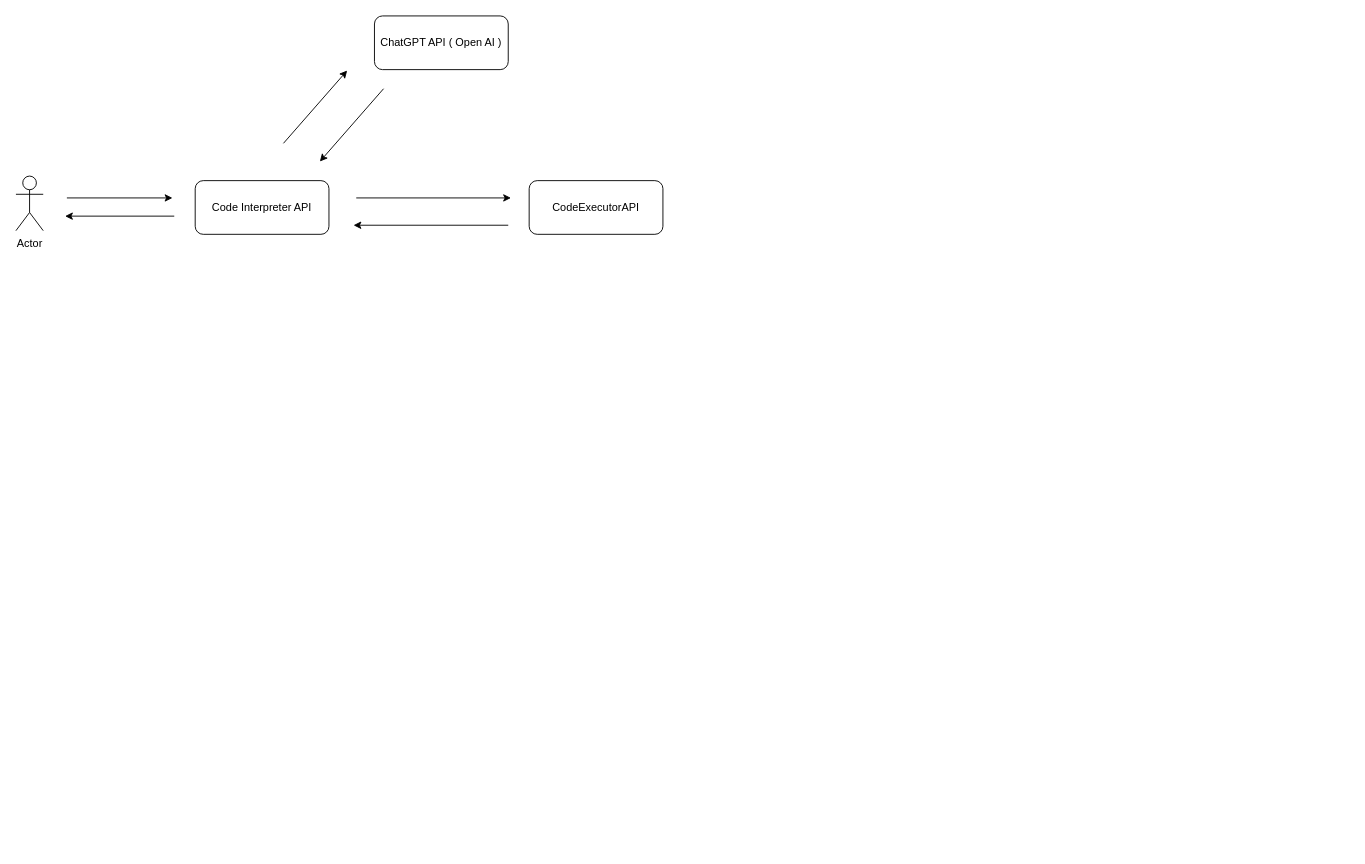
Earlier version of the draw.io diagram src/名称未設定ファイル.drawio (YadaYuki/news-rec-llm). Source tidied: cells renumbered, new cells numbered last; positions are measured from the earlier drawing's top-left corner, leaving out a move shared by most shapes. Both pictures are drawn from the tidied source at 91%, with x=0, y=0 at pixel (15, 15).
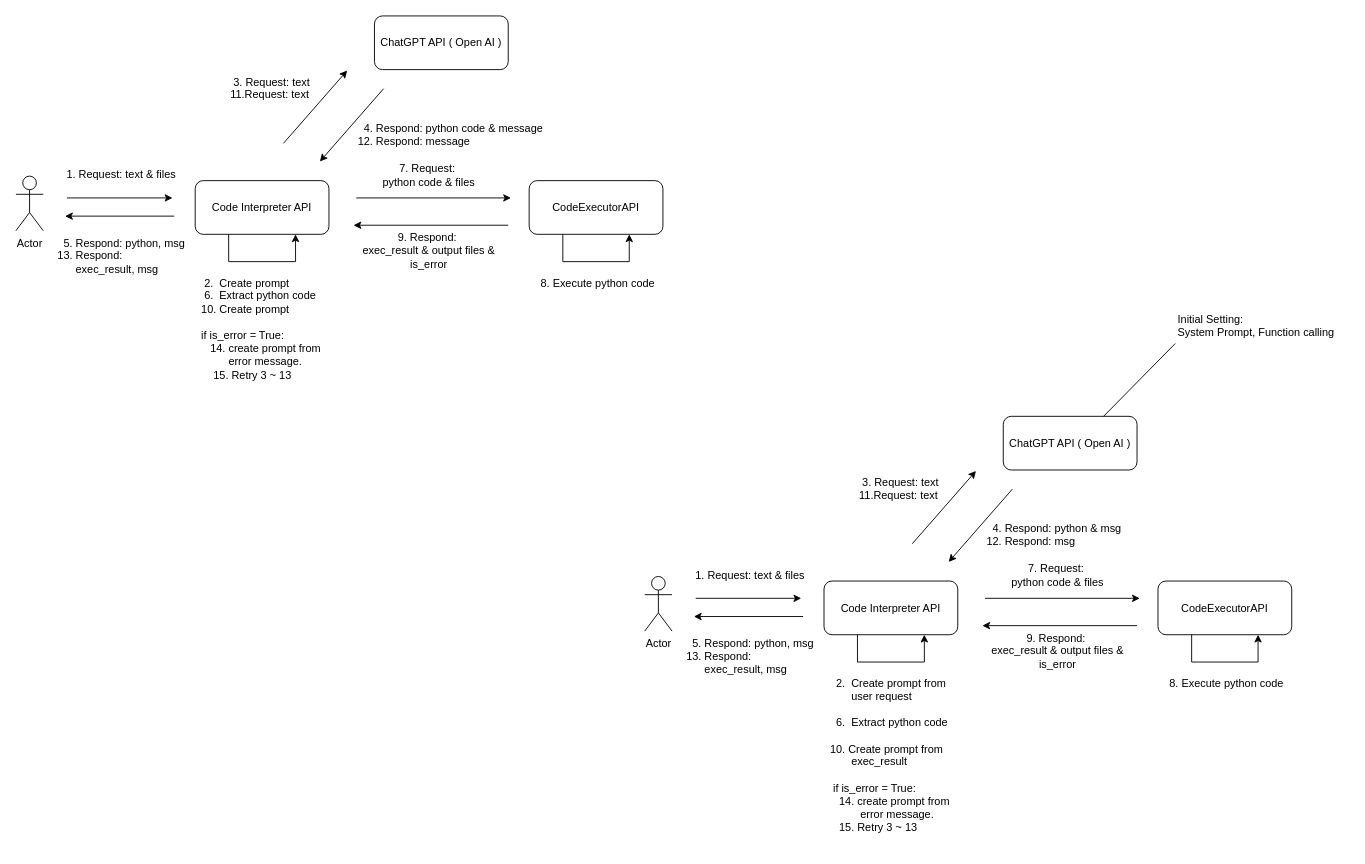
The same page after the edit.

Commit message (it also covers changes not shown here):
名称未設定ファイル.drawio を更新します

Change to the diagram source:
```diff
@@
-    <mxCell id="2" value="&lt;font color=&quot;#000000&quot;&gt;Code Interpreter API&lt;/font&gt;" style="rounded=1;whiteSpace=wrap;html=1;fillColor=none;strokeColor=#000000;" parent="1" vertex="1">
+    <mxCell id="2" value="&lt;font color=&quot;#000000&quot;&gt;Code Interpreter API&lt;/font&gt;" style="rounded=1;whiteSpace=wrap;html=1;fillColor=none;labelBackgroundColor=none;" parent="1" vertex="1">
       <mxGeometry x="197" y="181" width="147" height="59" as="geometry" />
     </mxCell>
-    <mxCell id="3" value="Actor" style="shape=umlActor;verticalLabelPosition=bottom;verticalAlign=top;html=1;strokeColor=#000000;" parent="1" vertex="1">
+    <mxCell id="3" value="Actor" style="shape=umlActor;verticalLabelPosition=bottom;verticalAlign=top;html=1;labelBackgroundColor=none;" parent="1" vertex="1">
       <mxGeometry y="176" width="30" height="60" as="geometry" />
     </mxCell>
-    <mxCell id="4" style="endArrow=classic;html=1;fontColor=#000000;strokeColor=#000;" parent="1" edge="1">
+    <mxCell id="4" style="endArrow=classic;html=1;fontColor=default;labelBackgroundColor=none;" parent="1" edge="1">
       <mxGeometry relative="1" as="geometry">
         <mxPoint x="56" y="200" as="sourcePoint" />
         <mxPoint x="172" y="200" as="targetPoint" />
       </mxGeometry>
     </mxCell>
-    <mxCell id="5" style="endArrow=classic;html=1;fontColor=#000000;strokeColor=#000;" parent="1" edge="1">
+    <mxCell id="5" style="endArrow=classic;html=1;fontColor=default;labelBackgroundColor=none;" parent="1" edge="1">
       <mxGeometry relative="1" as="geometry">
         <mxPoint x="174" y="220" as="sourcePoint" />
         <mxPoint x="54" y="220" as="targetPoint" />
       </mxGeometry>
     </mxCell>
-    <mxCell id="6" value="&lt;font color=&quot;#000000&quot;&gt;ChatGPT API ( Open AI )&lt;/font&gt;" style="rounded=1;whiteSpace=wrap;html=1;fillColor=none;strokeColor=#000000;" parent="1" vertex="1">
+    <mxCell id="6" value="&lt;font color=&quot;#000000&quot;&gt;ChatGPT API ( Open AI )&lt;/font&gt;" style="rounded=1;whiteSpace=wrap;html=1;fillColor=none;labelBackgroundColor=none;" parent="1" vertex="1">
       <mxGeometry x="394" width="147" height="59" as="geometry" />
     </mxCell>
-    <mxCell id="7" style="endArrow=classic;html=1;fontColor=#000000;strokeColor=#000;" parent="1" edge="1">
+    <mxCell id="7" style="endArrow=classic;html=1;fontColor=default;labelBackgroundColor=none;" parent="1" edge="1">
       <mxGeometry relative="1" as="geometry">
         <mxPoint x="294" y="140" as="sourcePoint" />
         <mxPoint x="364" y="60" as="targetPoint" />
       </mxGeometry>
     </mxCell>
-    <mxCell id="8" value="&lt;font color=&quot;#000000&quot;&gt;CodeExecutorAPI&lt;/font&gt;" style="rounded=1;whiteSpace=wrap;html=1;fillColor=none;strokeColor=#000000;" parent="1" vertex="1">
+    <mxCell id="8" value="&lt;font color=&quot;#000000&quot;&gt;CodeExecutorAPI&lt;/font&gt;" style="rounded=1;whiteSpace=wrap;html=1;fillColor=none;labelBackgroundColor=none;" parent="1" vertex="1">
       <mxGeometry x="564" y="181" width="147" height="59" as="geometry" />
     </mxCell>
-    <mxCell id="9" style="endArrow=classic;html=1;fontColor=#000000;strokeColor=#000;" parent="1" edge="1">
+    <mxCell id="9" style="endArrow=classic;html=1;fontColor=default;labelBackgroundColor=none;" parent="1" edge="1">
       <mxGeometry relative="1" as="geometry">
         <mxPoint x="404" y="80" as="sourcePoint" />
         <mxPoint x="334" y="160" as="targetPoint" />
       </mxGeometry>
     </mxCell>
-    <mxCell id="10" style="endArrow=classic;html=1;fontColor=#000000;strokeColor=#000;" parent="1" edge="1">
+    <mxCell id="10" style="endArrow=classic;html=1;fontColor=default;labelBackgroundColor=none;" parent="1" edge="1">
       <mxGeometry relative="1" as="geometry">
         <mxPoint x="374" y="200" as="sourcePoint" />
         <mxPoint x="544" y="200" as="targetPoint" />
       </mxGeometry>
     </mxCell>
-    <mxCell id="11" style="endArrow=classic;html=1;fontColor=#000000;strokeColor=#000;" parent="1" edge="1">
+    <mxCell id="11" style="endArrow=classic;html=1;fontColor=default;labelBackgroundColor=none;" parent="1" edge="1">
       <mxGeometry relative="1" as="geometry">
         <mxPoint x="541" y="230" as="sourcePoint" />
         <mxPoint x="371" y="230" as="targetPoint" />
       </mxGeometry>
     </mxCell>
+    <mxCell id="12" value="1. Request: text &amp;amp; files" style="text;html=1;strokeColor=none;fillColor=none;align=left;verticalAlign=middle;whiteSpace=wrap;rounded=0;labelBackgroundColor=none;" parent="1" vertex="1">
+      <mxGeometry x="54" y="160" width="160" height="30" as="geometry" />
+    </mxCell>
+    <mxCell id="13" value="&amp;nbsp;2.&amp;nbsp; Create prompt&amp;nbsp;&lt;br&gt;&amp;nbsp;6.&amp;nbsp; Extract python code&lt;br&gt;10. Create prompt&lt;br&gt;&lt;br&gt;if is_error = True:&lt;br&gt;&amp;nbsp; &amp;nbsp;14. create prompt&amp;nbsp;from&amp;nbsp; &amp;nbsp; &amp;nbsp; &amp;nbsp; &amp;nbsp; &amp;nbsp; &amp;nbsp; &amp;nbsp;error message.&lt;br&gt;&amp;nbsp; &amp;nbsp; 15. Retry 3 ~ 13&lt;br&gt;&amp;nbsp; &amp;nbsp; &amp;nbsp;" style="text;html=1;strokeColor=none;fillColor=none;align=left;verticalAlign=top;whiteSpace=wrap;rounded=0;labelBackgroundColor=none;" parent="1" vertex="1">
+      <mxGeometry x="202" y="280" width="151.5" height="150" as="geometry" />
+    </mxCell>
+    <mxCell id="14" style="edgeStyle=orthogonalEdgeStyle;rounded=0;orthogonalLoop=1;jettySize=auto;html=1;exitX=0.25;exitY=1;exitDx=0;exitDy=0;entryX=0.75;entryY=1;entryDx=0;entryDy=0;" parent="1" edge="1" source="2" target="2">
+      <mxGeometry relative="1" as="geometry">
+        <Array as="points">
+          <mxPoint x="234" y="270" />
+          <mxPoint x="307" y="270" />
+        </Array>
+      </mxGeometry>
+    </mxCell>
+    <mxCell id="15" value="&amp;nbsp;3. Request: text&lt;br&gt;11.Request: text" style="text;html=1;strokeColor=none;fillColor=none;align=left;verticalAlign=top;whiteSpace=wrap;rounded=0;labelBackgroundColor=none;" parent="1" vertex="1">
+      <mxGeometry x="234" y="59" width="110" height="41" as="geometry" />
+    </mxCell>
+    <mxCell id="16" value="&amp;nbsp; 4. Respond: python code &amp;amp; message&lt;br&gt;12. Respond: message" style="text;html=1;strokeColor=none;fillColor=none;align=left;verticalAlign=top;whiteSpace=wrap;rounded=0;labelBackgroundColor=none;" parent="1" vertex="1">
+      <mxGeometry x="374" y="110" width="210" height="50" as="geometry" />
+    </mxCell>
+    <mxCell id="17" value="&amp;nbsp; 5. Respond: python, msg&lt;br&gt;13. Respond: &lt;br&gt;&amp;nbsp; &amp;nbsp; &amp;nbsp;&amp;nbsp;exec_result, msg" style="text;html=1;strokeColor=none;fillColor=none;align=left;verticalAlign=top;whiteSpace=wrap;rounded=0;labelBackgroundColor=none;" parent="1" vertex="1">
+      <mxGeometry x="44" y="236" width="170" height="44" as="geometry" />
+    </mxCell>
+    <mxCell id="18" value="7. Request:&amp;nbsp;&lt;br&gt;python code &amp;amp; files" style="text;html=1;strokeColor=none;fillColor=none;align=center;verticalAlign=middle;whiteSpace=wrap;rounded=0;labelBackgroundColor=none;" parent="1" vertex="1">
+      <mxGeometry x="374" y="165" width="160" height="20" as="geometry" />
+    </mxCell>
+    <mxCell id="19" value="9. Respond:&amp;nbsp;&lt;br&gt;exec_result &amp;amp; output files &amp;amp; is_error" style="text;html=1;strokeColor=none;fillColor=none;align=center;verticalAlign=middle;whiteSpace=wrap;rounded=0;labelBackgroundColor=none;" parent="1" vertex="1">
+      <mxGeometry x="374" y="248" width="160" height="20" as="geometry" />
+    </mxCell>
+    <mxCell id="20" style="edgeStyle=orthogonalEdgeStyle;rounded=0;orthogonalLoop=1;jettySize=auto;html=1;exitX=0.25;exitY=1;exitDx=0;exitDy=0;entryX=0.75;entryY=1;entryDx=0;entryDy=0;" parent="1" edge="1">
+      <mxGeometry relative="1" as="geometry">
+        <mxPoint x="601" y="240" as="sourcePoint" />
+        <mxPoint x="674" y="240" as="targetPoint" />
+        <Array as="points">
+          <mxPoint x="601" y="270" />
+          <mxPoint x="674" y="270" />
+        </Array>
+      </mxGeometry>
+    </mxCell>
+    <mxCell id="21" value="&lt;div style=&quot;&quot;&gt;&lt;span style=&quot;background-color: initial;&quot;&gt;&amp;nbsp;8. Execute python code&lt;/span&gt;&lt;/div&gt;" style="text;html=1;strokeColor=none;fillColor=none;align=center;verticalAlign=top;whiteSpace=wrap;rounded=0;labelBackgroundColor=none;" parent="1" vertex="1">
+      <mxGeometry x="557.5" y="280" width="160" height="30" as="geometry" />
+    </mxCell>
+    <mxCell id="22" value="&lt;font color=&quot;#000000&quot;&gt;Code Interpreter API&lt;/font&gt;" style="rounded=1;whiteSpace=wrap;html=1;fillColor=none;labelBackgroundColor=none;" parent="1" vertex="1">
+      <mxGeometry x="888" y="621" width="147" height="59" as="geometry" />
+    </mxCell>
+    <mxCell id="23" value="Actor" style="shape=umlActor;verticalLabelPosition=bottom;verticalAlign=top;html=1;labelBackgroundColor=none;" parent="1" vertex="1">
+      <mxGeometry x="691" y="616" width="30" height="60" as="geometry" />
+    </mxCell>
+    <mxCell id="24" style="endArrow=classic;html=1;fontColor=default;labelBackgroundColor=none;" parent="1" edge="1">
+      <mxGeometry relative="1" as="geometry">
+        <mxPoint x="747" y="640" as="sourcePoint" />
+        <mxPoint x="863" y="640" as="targetPoint" />
+      </mxGeometry>
+    </mxCell>
+    <mxCell id="25" style="endArrow=classic;html=1;fontColor=default;labelBackgroundColor=none;" parent="1" edge="1">
+      <mxGeometry relative="1" as="geometry">
+        <mxPoint x="865" y="660" as="sourcePoint" />
+        <mxPoint x="745" y="660" as="targetPoint" />
+      </mxGeometry>
+    </mxCell>
+    <mxCell id="26" value="&lt;font color=&quot;#000000&quot;&gt;ChatGPT API ( Open AI )&lt;/font&gt;" style="rounded=1;whiteSpace=wrap;html=1;fillColor=none;labelBackgroundColor=none;" parent="1" vertex="1">
+      <mxGeometry x="1085" y="440" width="147" height="59" as="geometry" />
+    </mxCell>
+    <mxCell id="27" style="endArrow=classic;html=1;fontColor=default;labelBackgroundColor=none;" parent="1" edge="1">
+      <mxGeometry relative="1" as="geometry">
+        <mxPoint x="985" y="580" as="sourcePoint" />
+        <mxPoint x="1055" y="500" as="targetPoint" />
+      </mxGeometry>
+    </mxCell>
+    <mxCell id="28" value="&lt;font color=&quot;#000000&quot;&gt;CodeExecutorAPI&lt;/font&gt;" style="rounded=1;whiteSpace=wrap;html=1;fillColor=none;labelBackgroundColor=none;" parent="1" vertex="1">
+      <mxGeometry x="1255" y="621" width="147" height="59" as="geometry" />
+    </mxCell>
+    <mxCell id="29" style="endArrow=classic;html=1;fontColor=default;labelBackgroundColor=none;" parent="1" edge="1">
+      <mxGeometry relative="1" as="geometry">
+        <mxPoint x="1095" y="520" as="sourcePoint" />
+        <mxPoint x="1025" y="600" as="targetPoint" />
+      </mxGeometry>
+    </mxCell>
+    <mxCell id="30" style="endArrow=classic;html=1;fontColor=default;labelBackgroundColor=none;" parent="1" edge="1">
+      <mxGeometry relative="1" as="geometry">
+        <mxPoint x="1065" y="640" as="sourcePoint" />
+        <mxPoint x="1235" y="640" as="targetPoint" />
+      </mxGeometry>
+    </mxCell>
+    <mxCell id="31" style="endArrow=classic;html=1;fontColor=default;labelBackgroundColor=none;" parent="1" edge="1">
+      <mxGeometry relative="1" as="geometry">
+        <mxPoint x="1232" y="670" as="sourcePoint" />
+        <mxPoint x="1062" y="670" as="targetPoint" />
+      </mxGeometry>
+    </mxCell>
+    <mxCell id="32" value="1. Request: text &amp;amp; files" style="text;html=1;strokeColor=none;fillColor=none;align=left;verticalAlign=middle;whiteSpace=wrap;rounded=0;labelBackgroundColor=none;" parent="1" vertex="1">
+      <mxGeometry x="745" y="600" width="160" height="30" as="geometry" />
+    </mxCell>
+    <mxCell id="33" value="&amp;nbsp; 2.&amp;nbsp; Create prompt from&amp;nbsp;&lt;br&gt;&amp;nbsp; &amp;nbsp; &amp;nbsp; &amp;nbsp;user request&lt;br&gt;&lt;br&gt;&amp;nbsp; 6.&amp;nbsp; Extract python code&lt;br&gt;&lt;br&gt;10. Create prompt from&amp;nbsp;&lt;br&gt;&amp;nbsp; &amp;nbsp; &amp;nbsp; &amp;nbsp;exec_result&lt;br&gt;&lt;br&gt;&amp;nbsp;if is_error = True:&lt;br&gt;&amp;nbsp; &amp;nbsp;14. create prompt&amp;nbsp;from&amp;nbsp; &amp;nbsp; &amp;nbsp; &amp;nbsp; &amp;nbsp; &amp;nbsp; &amp;nbsp; &amp;nbsp; error message.&lt;br&gt;&amp;nbsp; &amp;nbsp;15. Retry 3 ~ 13&lt;br&gt;&amp;nbsp; &amp;nbsp; &amp;nbsp;" style="text;html=1;strokeColor=none;fillColor=none;align=left;verticalAlign=top;whiteSpace=wrap;rounded=0;labelBackgroundColor=none;" parent="1" vertex="1">
+      <mxGeometry x="893" y="720" width="151.5" height="150" as="geometry" />
+    </mxCell>
+    <mxCell id="34" style="edgeStyle=orthogonalEdgeStyle;rounded=0;orthogonalLoop=1;jettySize=auto;html=1;exitX=0.25;exitY=1;exitDx=0;exitDy=0;entryX=0.75;entryY=1;entryDx=0;entryDy=0;" parent="1" edge="1" source="22" target="22">
+      <mxGeometry relative="1" as="geometry">
+        <Array as="points">
+          <mxPoint x="925" y="710" />
+          <mxPoint x="998" y="710" />
+        </Array>
+      </mxGeometry>
+    </mxCell>
+    <mxCell id="35" value="&amp;nbsp;3. Request: text&lt;br&gt;11.Request: text" style="text;html=1;strokeColor=none;fillColor=none;align=left;verticalAlign=top;whiteSpace=wrap;rounded=0;labelBackgroundColor=none;" parent="1" vertex="1">
+      <mxGeometry x="925" y="499" width="110" height="41" as="geometry" />
+    </mxCell>
+    <mxCell id="36" value="&amp;nbsp; 4. Respond: python &amp;amp; msg&lt;br&gt;12. Respond: msg" style="text;html=1;strokeColor=none;fillColor=none;align=left;verticalAlign=top;whiteSpace=wrap;rounded=0;labelBackgroundColor=none;" parent="1" vertex="1">
+      <mxGeometry x="1065" y="550" width="210" height="50" as="geometry" />
+    </mxCell>
+    <mxCell id="37" value="&amp;nbsp; 5. Respond: python, msg&lt;br&gt;13. Respond: &lt;br&gt;&amp;nbsp; &amp;nbsp; &amp;nbsp;&amp;nbsp;exec_result, msg" style="text;html=1;strokeColor=none;fillColor=none;align=left;verticalAlign=top;whiteSpace=wrap;rounded=0;labelBackgroundColor=none;" parent="1" vertex="1">
+      <mxGeometry x="735" y="676" width="170" height="44" as="geometry" />
+    </mxCell>
+    <mxCell id="38" value="7. Request:&amp;nbsp;&lt;br&gt;python code &amp;amp; files" style="text;html=1;strokeColor=none;fillColor=none;align=center;verticalAlign=middle;whiteSpace=wrap;rounded=0;labelBackgroundColor=none;" parent="1" vertex="1">
+      <mxGeometry x="1065" y="605" width="160" height="20" as="geometry" />
+    </mxCell>
+    <mxCell id="39" value="9. Respond:&amp;nbsp;&lt;br&gt;exec_result &amp;amp; output files &amp;amp; is_error" style="text;html=1;strokeColor=none;fillColor=none;align=center;verticalAlign=middle;whiteSpace=wrap;rounded=0;labelBackgroundColor=none;" parent="1" vertex="1">
+      <mxGeometry x="1065" y="688" width="160" height="20" as="geometry" />
+    </mxCell>
+    <mxCell id="40" style="edgeStyle=orthogonalEdgeStyle;rounded=0;orthogonalLoop=1;jettySize=auto;html=1;exitX=0.25;exitY=1;exitDx=0;exitDy=0;entryX=0.75;entryY=1;entryDx=0;entryDy=0;" parent="1" edge="1">
+      <mxGeometry relative="1" as="geometry">
+        <mxPoint x="1292" y="680" as="sourcePoint" />
+        <mxPoint x="1365" y="680" as="targetPoint" />
+        <Array as="points">
+          <mxPoint x="1292" y="710" />
+          <mxPoint x="1365" y="710" />
+        </Array>
+      </mxGeometry>
+    </mxCell>
+    <mxCell id="41" value="&lt;div style=&quot;&quot;&gt;&lt;span style=&quot;background-color: initial;&quot;&gt;&amp;nbsp;8. Execute python code&lt;/span&gt;&lt;/div&gt;" style="text;html=1;strokeColor=none;fillColor=none;align=center;verticalAlign=top;whiteSpace=wrap;rounded=0;labelBackgroundColor=none;" parent="1" vertex="1">
+      <mxGeometry x="1248.5" y="720" width="160" height="30" as="geometry" />
+    </mxCell>
+    <mxCell id="42" style="endArrow=none;html=1;rounded=0;exitX=0.75;exitY=0;exitDx=0;exitDy=0;" parent="1" edge="1" source="26">
+      <mxGeometry relative="1" as="geometry">
+        <mxPoint x="1274" y="360" as="targetPoint" />
+      </mxGeometry>
+    </mxCell>
+    <mxCell id="43" value="Initial Setting:&lt;br&gt;System Prompt,&amp;nbsp;Function calling" style="text;html=1;strokeColor=none;fillColor=none;align=left;verticalAlign=top;whiteSpace=wrap;rounded=0;labelBackgroundColor=none;" parent="1" vertex="1">
+      <mxGeometry x="1275" y="320" width="190" height="41" as="geometry" />
+    </mxCell>
```
